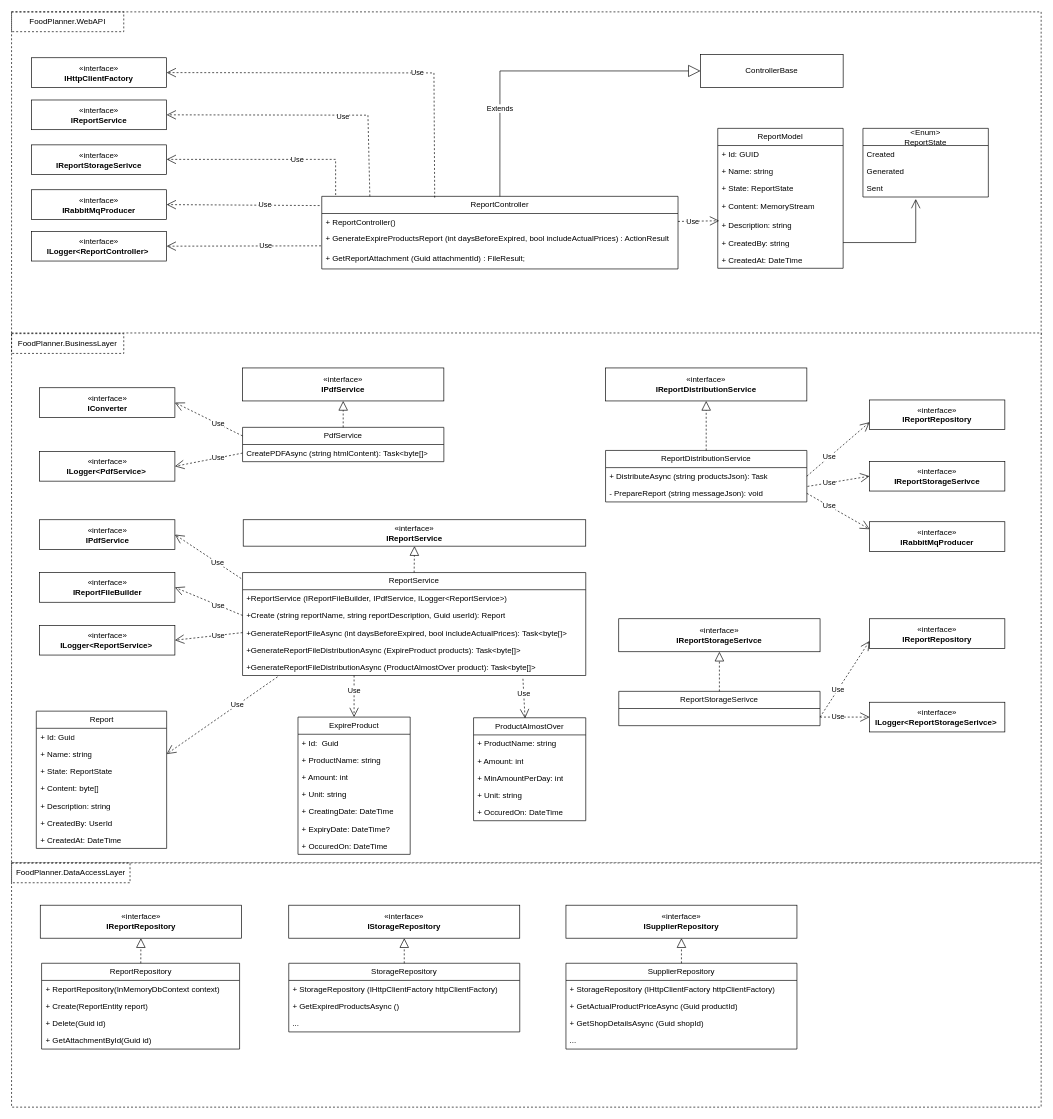
The draw.io diagram page "FoodPlanner" (4 of 7) of docs/diagrams/all_services_schemas.drawio in otusroom5/food-manager, before the edit. Source tidied: cells renumbered, new cells numbered last; positions are measured from the earlier drawing's top-left corner, leaving out a move shared by most shapes. Both pictures are drawn from the tidied source at 66%, with x=0, y=0 at pixel (11, 11).
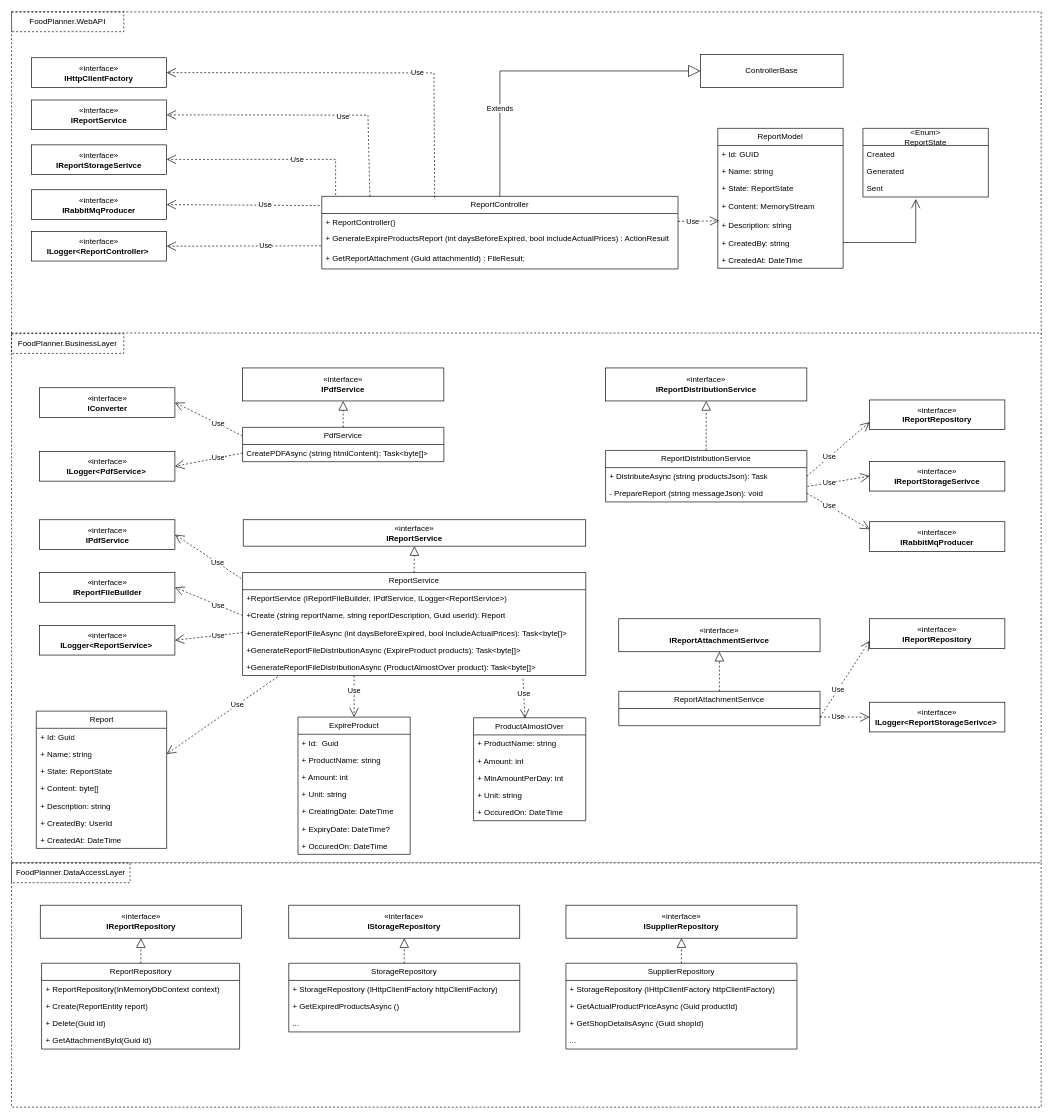
The same page after the edit.

Commit message:
Food Planner -> Update diagram

What changed in the source:
```diff
@@
-    <mxCell id="93" value="ReportStorageSerivce" style="swimlane;fontStyle=0;horizontal=1;startSize=26;fillColor=none;whiteSpace=wrap;html=1;" parent="1" vertex="1">
+    <mxCell id="93" value="ReportAttachmentSerivce" style="swimlane;fontStyle=0;horizontal=1;startSize=26;fillColor=none;whiteSpace=wrap;html=1;" parent="1" vertex="1">
       <mxGeometry x="920" y="1030" width="305" height="52" as="geometry" />
     </mxCell>
-    <mxCell id="94" value="«interface»&lt;br&gt;&lt;b&gt;IReportStorageSerivce&lt;/b&gt;" style="html=1;whiteSpace=wrap;" parent="1" vertex="1">
+    <mxCell id="94" value="«interface»&lt;br&gt;&lt;b&gt;IReportAttachmentSerivce&lt;/b&gt;" style="html=1;whiteSpace=wrap;" parent="1" vertex="1">
       <mxGeometry x="920" y="920" width="305" height="50" as="geometry" />
     </mxCell>
```
